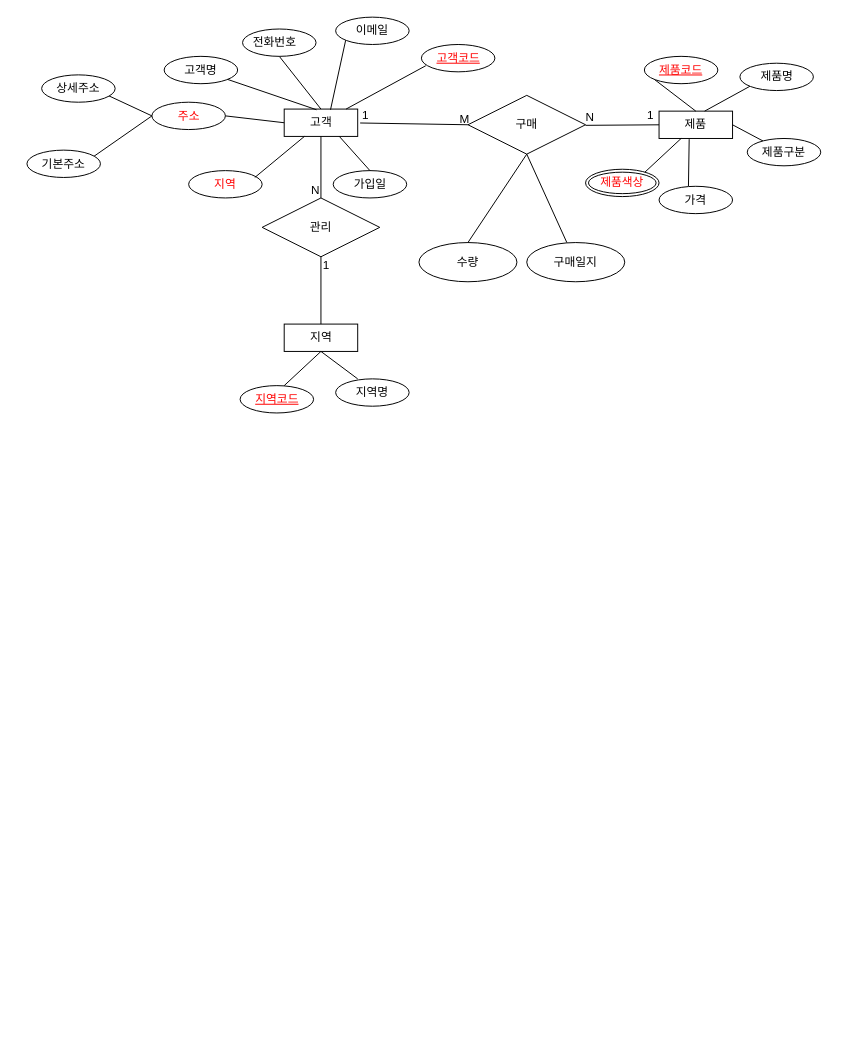
The draw.io diagram product.drawio in swnoh7/MySQL, before the edit. Source tidied: cells renumbered, new cells numbered last; positions are measured from the earlier drawing's top-left corner, leaving out a move shared by most shapes. Both pictures are drawn from the tidied source at 98%, with x=0, y=0 at pixel (26, 17).
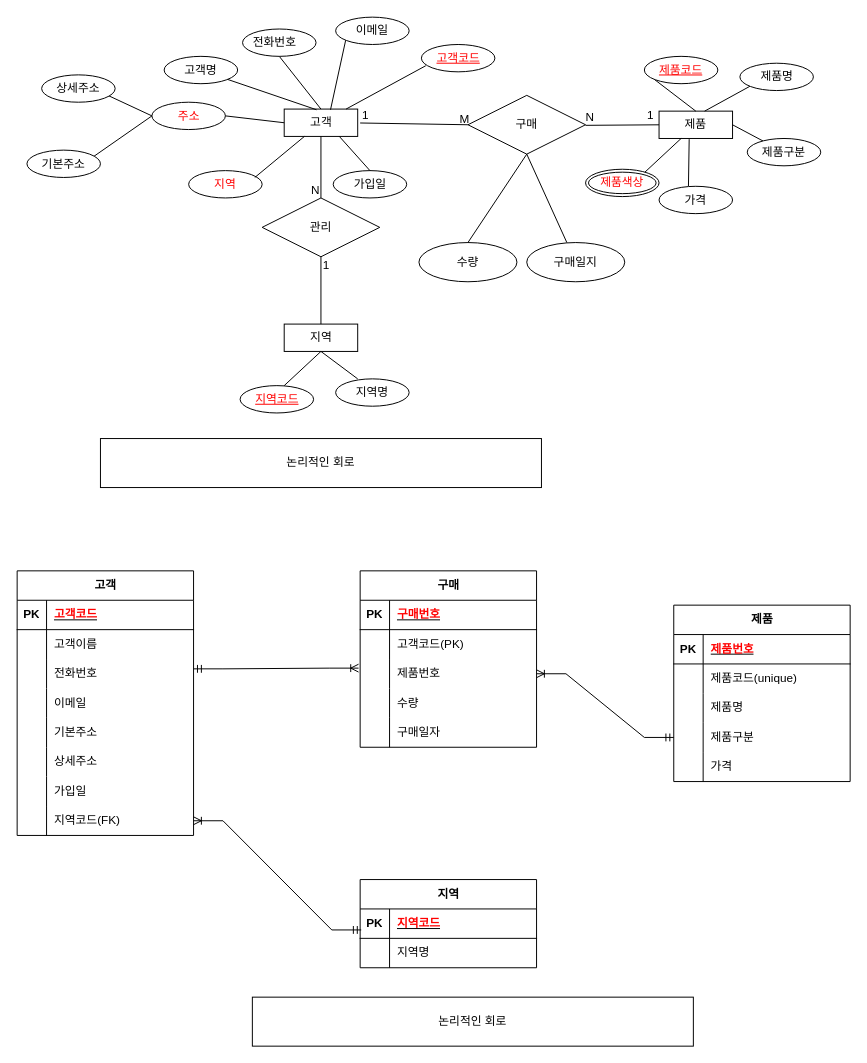
The same diagram, later.

Change to the diagram source:
```diff
@@
+    <mxCell id="53" value="고객" style="shape=table;startSize=30;childLayout=tableLayout;rowLines=0;fontStyle=1;align=center;html=1;" parent="1" vertex="1">
+      <mxGeometry x="-10" y="565" width="180" height="270" as="geometry" />
+    </mxCell>
+    <mxCell id="54" style="shape=tableRow;horizontal=0;startSize=0;swimlaneHead=0;swimlaneBody=0;fillColor=none;top=0;left=0;right=0;bottom=1;" parent="53" vertex="1">
+      <mxGeometry y="30" width="180" height="30" as="geometry" />
+    </mxCell>
+    <mxCell id="55" value="PK" style="shape=partialRectangle;fillColor=none;top=0;left=0;bottom=0;right=0;fontStyle=1;overflow=hidden;whiteSpace=wrap;html=1;" parent="54" vertex="1">
+      <mxGeometry width="30" height="30" as="geometry" />
+    </mxCell>
+    <mxCell id="56" value="&lt;font style=&quot;&quot; color=&quot;#ff0000&quot;&gt;고객코드&lt;/font&gt;" style="shape=partialRectangle;fillColor=none;top=0;left=0;bottom=0;right=0;align=left;spacingLeft=6;fontStyle=5;overflow=hidden;whiteSpace=wrap;html=1;" parent="54" vertex="1">
+      <mxGeometry x="30" width="150" height="30" as="geometry" />
+    </mxCell>
+    <mxCell id="57" style="shape=tableRow;horizontal=0;startSize=0;swimlaneHead=0;swimlaneBody=0;fillColor=none;top=0;left=0;right=0;bottom=0;" parent="53" vertex="1">
+      <mxGeometry y="60" width="180" height="30" as="geometry" />
+    </mxCell>
+    <mxCell id="58" style="shape=partialRectangle;fillColor=none;top=0;left=0;bottom=0;right=0;overflow=hidden;whiteSpace=wrap;html=1;" parent="57" vertex="1">
+      <mxGeometry width="30" height="30" as="geometry" />
+    </mxCell>
+    <mxCell id="59" value="고객이름" style="shape=partialRectangle;fillColor=none;top=0;left=0;bottom=0;right=0;align=left;spacingLeft=6;overflow=hidden;whiteSpace=wrap;html=1;" parent="57" vertex="1">
+      <mxGeometry x="30" width="150" height="30" as="geometry" />
+    </mxCell>
+    <mxCell id="60" style="shape=tableRow;horizontal=0;startSize=0;swimlaneHead=0;swimlaneBody=0;fillColor=none;top=0;left=0;right=0;bottom=0;" parent="53" vertex="1">
+      <mxGeometry y="90" width="180" height="30" as="geometry" />
+    </mxCell>
+    <mxCell id="61" style="shape=partialRectangle;fillColor=none;top=0;left=0;bottom=0;right=0;overflow=hidden;whiteSpace=wrap;html=1;" parent="60" vertex="1">
+      <mxGeometry width="30" height="30" as="geometry" />
+    </mxCell>
+    <mxCell id="62" value="전화번호" style="shape=partialRectangle;fillColor=none;top=0;left=0;bottom=0;right=0;align=left;spacingLeft=6;overflow=hidden;whiteSpace=wrap;html=1;" parent="60" vertex="1">
+      <mxGeometry x="30" width="150" height="30" as="geometry" />
+    </mxCell>
+    <mxCell id="63" style="shape=tableRow;horizontal=0;startSize=0;swimlaneHead=0;swimlaneBody=0;fillColor=none;top=0;left=0;right=0;bottom=0;" parent="53" vertex="1">
+      <mxGeometry y="120" width="180" height="30" as="geometry" />
+    </mxCell>
+    <mxCell id="64" style="shape=partialRectangle;fillColor=none;top=0;left=0;bottom=0;right=0;overflow=hidden;whiteSpace=wrap;html=1;" parent="63" vertex="1">
+      <mxGeometry width="30" height="30" as="geometry" />
+    </mxCell>
+    <mxCell id="65" value="이메일" style="shape=partialRectangle;fillColor=none;top=0;left=0;bottom=0;right=0;align=left;spacingLeft=6;overflow=hidden;whiteSpace=wrap;html=1;" parent="63" vertex="1">
+      <mxGeometry x="30" width="150" height="30" as="geometry" />
+    </mxCell>
+    <mxCell id="66" style="shape=tableRow;horizontal=0;startSize=0;swimlaneHead=0;swimlaneBody=0;fillColor=none;top=0;left=0;right=0;bottom=0;" parent="53" vertex="1">
+      <mxGeometry y="150" width="180" height="30" as="geometry" />
+    </mxCell>
+    <mxCell id="67" style="shape=partialRectangle;fillColor=none;top=0;left=0;bottom=0;right=0;overflow=hidden;whiteSpace=wrap;html=1;" parent="66" vertex="1">
+      <mxGeometry width="30" height="30" as="geometry" />
+    </mxCell>
+    <mxCell id="68" value="기본주소" style="shape=partialRectangle;fillColor=none;top=0;left=0;bottom=0;right=0;align=left;spacingLeft=6;overflow=hidden;whiteSpace=wrap;html=1;" parent="66" vertex="1">
+      <mxGeometry x="30" width="150" height="30" as="geometry" />
+    </mxCell>
+    <mxCell id="69" style="shape=tableRow;horizontal=0;startSize=0;swimlaneHead=0;swimlaneBody=0;fillColor=none;top=0;left=0;right=0;bottom=0;" parent="53" vertex="1">
+      <mxGeometry y="180" width="180" height="30" as="geometry" />
+    </mxCell>
+    <mxCell id="70" style="shape=partialRectangle;fillColor=none;top=0;left=0;bottom=0;right=0;overflow=hidden;whiteSpace=wrap;html=1;" parent="69" vertex="1">
+      <mxGeometry width="30" height="30" as="geometry" />
+    </mxCell>
+    <mxCell id="71" value="상세주소" style="shape=partialRectangle;fillColor=none;top=0;left=0;bottom=0;right=0;align=left;spacingLeft=6;overflow=hidden;whiteSpace=wrap;html=1;" parent="69" vertex="1">
+      <mxGeometry x="30" width="150" height="30" as="geometry" />
+    </mxCell>
+    <mxCell id="72" style="shape=tableRow;horizontal=0;startSize=0;swimlaneHead=0;swimlaneBody=0;fillColor=none;top=0;left=0;right=0;bottom=0;" parent="53" vertex="1">
+      <mxGeometry y="210" width="180" height="30" as="geometry" />
+    </mxCell>
+    <mxCell id="73" style="shape=partialRectangle;fillColor=none;top=0;left=0;bottom=0;right=0;overflow=hidden;whiteSpace=wrap;html=1;" parent="72" vertex="1">
+      <mxGeometry width="30" height="30" as="geometry" />
+    </mxCell>
+    <mxCell id="74" value="가입일" style="shape=partialRectangle;fillColor=none;top=0;left=0;bottom=0;right=0;align=left;spacingLeft=6;overflow=hidden;whiteSpace=wrap;html=1;" parent="72" vertex="1">
+      <mxGeometry x="30" width="150" height="30" as="geometry" />
+    </mxCell>
+    <mxCell id="75" style="shape=tableRow;horizontal=0;startSize=0;swimlaneHead=0;swimlaneBody=0;fillColor=none;points=[[0,0.5],[1,0.5]];portConstraint=eastwest;top=0;left=0;right=0;bottom=0;" parent="53" vertex="1">
+      <mxGeometry y="240" width="180" height="30" as="geometry" />
+    </mxCell>
+    <mxCell id="76" style="shape=partialRectangle;fillColor=none;top=0;left=0;bottom=0;right=0;overflow=hidden;whiteSpace=wrap;html=1;" parent="75" vertex="1">
+      <mxGeometry width="30" height="30" as="geometry" />
+    </mxCell>
+    <mxCell id="77" value="지역코드(FK)" style="shape=partialRectangle;fillColor=none;top=0;left=0;bottom=0;right=0;align=left;spacingLeft=6;overflow=hidden;whiteSpace=wrap;html=1;" parent="75" vertex="1">
+      <mxGeometry x="30" width="150" height="30" as="geometry" />
+    </mxCell>
+    <mxCell id="78" value="지역" style="shape=table;startSize=30;childLayout=tableLayout;rowLines=0;fontStyle=1;align=center;html=1;" parent="1" vertex="1">
+      <mxGeometry x="340" y="880" width="180" height="90" as="geometry" />
+    </mxCell>
+    <mxCell id="79" style="shape=tableRow;horizontal=0;startSize=0;swimlaneHead=0;swimlaneBody=0;fillColor=none;points=[[0,0.5],[1,0.5]];portConstraint=eastwest;top=0;left=0;right=0;bottom=1;" parent="78" vertex="1">
+      <mxGeometry y="30" width="180" height="30" as="geometry" />
+    </mxCell>
+    <mxCell id="80" value="PK" style="shape=partialRectangle;fillColor=none;top=0;left=0;bottom=0;right=0;fontStyle=1;overflow=hidden;whiteSpace=wrap;html=1;" parent="79" vertex="1">
+      <mxGeometry width="30" height="30" as="geometry" />
+    </mxCell>
+    <mxCell id="81" value="&lt;font color=&quot;#ff0000&quot;&gt;지역코드&lt;/font&gt;" style="shape=partialRectangle;fillColor=none;top=0;left=0;bottom=0;right=0;align=left;spacingLeft=6;fontStyle=5;overflow=hidden;whiteSpace=wrap;html=1;" parent="79" vertex="1">
+      <mxGeometry x="30" width="150" height="30" as="geometry" />
+    </mxCell>
+    <mxCell id="82" style="shape=tableRow;horizontal=0;startSize=0;swimlaneHead=0;swimlaneBody=0;fillColor=none;top=0;left=0;right=0;bottom=0;" parent="78" vertex="1">
+      <mxGeometry y="60" width="180" height="30" as="geometry" />
+    </mxCell>
+    <mxCell id="83" style="shape=partialRectangle;fillColor=none;top=0;left=0;bottom=0;right=0;overflow=hidden;whiteSpace=wrap;html=1;" parent="82" vertex="1">
+      <mxGeometry width="30" height="30" as="geometry" />
+    </mxCell>
+    <mxCell id="84" value="지역명" style="shape=partialRectangle;fillColor=none;top=0;left=0;bottom=0;right=0;align=left;spacingLeft=6;overflow=hidden;whiteSpace=wrap;html=1;" parent="82" vertex="1">
+      <mxGeometry x="30" width="150" height="30" as="geometry" />
+    </mxCell>
+    <mxCell id="85" value="제품" style="shape=table;startSize=30;childLayout=tableLayout;rowLines=0;fontStyle=1;align=center;html=1;" parent="1" vertex="1">
+      <mxGeometry x="660" y="600" width="180" height="180" as="geometry" />
+    </mxCell>
+    <mxCell id="86" style="shape=tableRow;horizontal=0;startSize=0;swimlaneHead=0;swimlaneBody=0;fillColor=none;top=0;left=0;right=0;bottom=1;" parent="85" vertex="1">
+      <mxGeometry y="30" width="180" height="30" as="geometry" />
+    </mxCell>
+    <mxCell id="87" value="PK" style="shape=partialRectangle;fillColor=none;top=0;left=0;bottom=0;right=0;fontStyle=1;overflow=hidden;whiteSpace=wrap;html=1;" parent="86" vertex="1">
+      <mxGeometry width="30" height="30" as="geometry" />
+    </mxCell>
+    <mxCell id="88" value="&lt;font color=&quot;#ff0000&quot;&gt;제품번호&lt;/font&gt;" style="shape=partialRectangle;fillColor=none;top=0;left=0;bottom=0;right=0;align=left;spacingLeft=6;fontStyle=5;overflow=hidden;whiteSpace=wrap;html=1;" parent="86" vertex="1">
+      <mxGeometry x="30" width="150" height="30" as="geometry" />
+    </mxCell>
+    <mxCell id="89" style="shape=tableRow;horizontal=0;startSize=0;swimlaneHead=0;swimlaneBody=0;fillColor=none;top=0;left=0;right=0;bottom=0;" parent="85" vertex="1">
+      <mxGeometry y="60" width="180" height="30" as="geometry" />
+    </mxCell>
+    <mxCell id="90" style="shape=partialRectangle;fillColor=none;top=0;left=0;bottom=0;right=0;overflow=hidden;whiteSpace=wrap;html=1;" parent="89" vertex="1">
+      <mxGeometry width="30" height="30" as="geometry" />
+    </mxCell>
+    <mxCell id="91" value="제품코드(unique)" style="shape=partialRectangle;fillColor=none;top=0;left=0;bottom=0;right=0;align=left;spacingLeft=6;overflow=hidden;whiteSpace=wrap;html=1;" parent="89" vertex="1">
+      <mxGeometry x="30" width="150" height="30" as="geometry" />
+    </mxCell>
+    <mxCell id="92" style="shape=tableRow;horizontal=0;startSize=0;swimlaneHead=0;swimlaneBody=0;fillColor=none;top=0;left=0;right=0;bottom=0;" parent="85" vertex="1">
+      <mxGeometry y="90" width="180" height="30" as="geometry" />
+    </mxCell>
+    <mxCell id="93" style="shape=partialRectangle;fillColor=none;top=0;left=0;bottom=0;right=0;overflow=hidden;whiteSpace=wrap;html=1;" parent="92" vertex="1">
+      <mxGeometry width="30" height="30" as="geometry" />
+    </mxCell>
+    <mxCell id="94" value="제품명" style="shape=partialRectangle;fillColor=none;top=0;left=0;bottom=0;right=0;align=left;spacingLeft=6;overflow=hidden;whiteSpace=wrap;html=1;" parent="92" vertex="1">
+      <mxGeometry x="30" width="150" height="30" as="geometry" />
+    </mxCell>
+    <mxCell id="95" style="shape=tableRow;horizontal=0;startSize=0;swimlaneHead=0;swimlaneBody=0;fillColor=none;points=[[0,0.5],[1,0.5]];portConstraint=eastwest;top=0;left=0;right=0;bottom=0;" parent="85" vertex="1">
+      <mxGeometry y="120" width="180" height="30" as="geometry" />
+    </mxCell>
+    <mxCell id="96" style="shape=partialRectangle;fillColor=none;top=0;left=0;bottom=0;right=0;overflow=hidden;whiteSpace=wrap;html=1;" parent="95" vertex="1">
+      <mxGeometry width="30" height="30" as="geometry" />
+    </mxCell>
+    <mxCell id="97" value="제품구분" style="shape=partialRectangle;fillColor=none;top=0;left=0;bottom=0;right=0;align=left;spacingLeft=6;overflow=hidden;whiteSpace=wrap;html=1;" parent="95" vertex="1">
+      <mxGeometry x="30" width="150" height="30" as="geometry" />
+    </mxCell>
+    <mxCell id="98" style="shape=tableRow;horizontal=0;startSize=0;swimlaneHead=0;swimlaneBody=0;fillColor=none;top=0;left=0;right=0;bottom=0;" parent="85" vertex="1">
+      <mxGeometry y="150" width="180" height="30" as="geometry" />
+    </mxCell>
+    <mxCell id="99" style="shape=partialRectangle;fillColor=none;top=0;left=0;bottom=0;right=0;overflow=hidden;whiteSpace=wrap;html=1;" parent="98" vertex="1">
+      <mxGeometry width="30" height="30" as="geometry" />
+    </mxCell>
+    <mxCell id="100" value="가격" style="shape=partialRectangle;fillColor=none;top=0;left=0;bottom=0;right=0;align=left;spacingLeft=6;overflow=hidden;whiteSpace=wrap;html=1;" parent="98" vertex="1">
+      <mxGeometry x="30" width="150" height="30" as="geometry" />
+    </mxCell>
+    <mxCell id="101" value="구매" style="shape=table;startSize=30;childLayout=tableLayout;rowLines=0;fontStyle=1;align=center;html=1;" parent="1" vertex="1">
+      <mxGeometry x="340" y="565" width="180" height="180" as="geometry" />
+    </mxCell>
+    <mxCell id="102" style="shape=tableRow;horizontal=0;startSize=0;swimlaneHead=0;swimlaneBody=0;fillColor=none;top=0;left=0;right=0;bottom=1;" parent="101" vertex="1">
+      <mxGeometry y="30" width="180" height="30" as="geometry" />
+    </mxCell>
+    <mxCell id="103" value="PK" style="shape=partialRectangle;fillColor=none;top=0;left=0;bottom=0;right=0;fontStyle=1;overflow=hidden;whiteSpace=wrap;html=1;" parent="102" vertex="1">
+      <mxGeometry width="30" height="30" as="geometry" />
+    </mxCell>
+    <mxCell id="104" value="&lt;font color=&quot;#ff0000&quot;&gt;구매번호&lt;/font&gt;" style="shape=partialRectangle;fillColor=none;top=0;left=0;bottom=0;right=0;align=left;spacingLeft=6;fontStyle=5;overflow=hidden;whiteSpace=wrap;html=1;" parent="102" vertex="1">
+      <mxGeometry x="30" width="150" height="30" as="geometry" />
+    </mxCell>
+    <mxCell id="105" style="shape=tableRow;horizontal=0;startSize=0;swimlaneHead=0;swimlaneBody=0;fillColor=none;top=0;left=0;right=0;bottom=0;" parent="101" vertex="1">
+      <mxGeometry y="60" width="180" height="30" as="geometry" />
+    </mxCell>
+    <mxCell id="106" style="shape=partialRectangle;fillColor=none;top=0;left=0;bottom=0;right=0;overflow=hidden;whiteSpace=wrap;html=1;" parent="105" vertex="1">
+      <mxGeometry width="30" height="30" as="geometry" />
+    </mxCell>
+    <mxCell id="107" value="고객코드(PK)" style="shape=partialRectangle;fillColor=none;top=0;left=0;bottom=0;right=0;align=left;spacingLeft=6;overflow=hidden;whiteSpace=wrap;html=1;" parent="105" vertex="1">
+      <mxGeometry x="30" width="150" height="30" as="geometry" />
+    </mxCell>
+    <mxCell id="108" style="shape=tableRow;horizontal=0;startSize=0;swimlaneHead=0;swimlaneBody=0;fillColor=none;points=[[0,0.5],[1,0.5]];portConstraint=eastwest;top=0;left=0;right=0;bottom=0;" parent="101" vertex="1">
+      <mxGeometry y="90" width="180" height="30" as="geometry" />
+    </mxCell>
+    <mxCell id="109" style="shape=partialRectangle;fillColor=none;top=0;left=0;bottom=0;right=0;overflow=hidden;whiteSpace=wrap;html=1;" parent="108" vertex="1">
+      <mxGeometry width="30" height="30" as="geometry" />
+    </mxCell>
+    <mxCell id="110" value="제품번호" style="shape=partialRectangle;fillColor=none;top=0;left=0;bottom=0;right=0;align=left;spacingLeft=6;overflow=hidden;whiteSpace=wrap;html=1;" parent="108" vertex="1">
+      <mxGeometry x="30" width="150" height="30" as="geometry" />
+    </mxCell>
+    <mxCell id="111" style="shape=tableRow;horizontal=0;startSize=0;swimlaneHead=0;swimlaneBody=0;fillColor=none;top=0;left=0;right=0;bottom=0;" parent="101" vertex="1">
+      <mxGeometry y="120" width="180" height="30" as="geometry" />
+    </mxCell>
+    <mxCell id="112" style="shape=partialRectangle;fillColor=none;top=0;left=0;bottom=0;right=0;overflow=hidden;whiteSpace=wrap;html=1;" parent="111" vertex="1">
+      <mxGeometry width="30" height="30" as="geometry" />
+    </mxCell>
+    <mxCell id="113" value="수량" style="shape=partialRectangle;fillColor=none;top=0;left=0;bottom=0;right=0;align=left;spacingLeft=6;overflow=hidden;whiteSpace=wrap;html=1;" parent="111" vertex="1">
+      <mxGeometry x="30" width="150" height="30" as="geometry" />
+    </mxCell>
+    <mxCell id="114" style="shape=tableRow;horizontal=0;startSize=0;swimlaneHead=0;swimlaneBody=0;fillColor=none;top=0;left=0;right=0;bottom=0;" parent="101" vertex="1">
+      <mxGeometry y="150" width="180" height="30" as="geometry" />
+    </mxCell>
+    <mxCell id="115" style="shape=partialRectangle;fillColor=none;top=0;left=0;bottom=0;right=0;overflow=hidden;whiteSpace=wrap;html=1;" parent="114" vertex="1">
+      <mxGeometry width="30" height="30" as="geometry" />
+    </mxCell>
+    <mxCell id="116" value="구매일자" style="shape=partialRectangle;fillColor=none;top=0;left=0;bottom=0;right=0;align=left;spacingLeft=6;overflow=hidden;whiteSpace=wrap;html=1;" parent="114" vertex="1">
+      <mxGeometry x="30" width="150" height="30" as="geometry" />
+    </mxCell>
+    <mxCell id="117" style="edgeStyle=entityRelationEdgeStyle;fontSize=12;html=1;endArrow=ERoneToMany;startArrow=ERmandOne;rounded=0;exitX=0.006;exitY=0.714;exitDx=0;exitDy=0;exitPerimeter=0;" parent="1" edge="1" source="79" target="75">
+      <mxGeometry relative="1" as="geometry" />
+    </mxCell>
+    <mxCell id="118" style="edgeStyle=entityRelationEdgeStyle;fontSize=12;html=1;endArrow=ERoneToMany;startArrow=ERmandOne;rounded=0;entryX=1;entryY=0.5;entryDx=0;entryDy=0;exitX=0;exitY=0.5;exitDx=0;exitDy=0;" parent="1" edge="1" source="95" target="108">
+      <mxGeometry relative="1" as="geometry">
+        <Array as="points">
+          <mxPoint x="618" y="965" />
+          <mxPoint x="599" y="825" />
+          <mxPoint x="559" y="880" />
+        </Array>
+      </mxGeometry>
+    </mxCell>
+    <mxCell id="119" style="edgeStyle=entityRelationEdgeStyle;fontSize=12;html=1;endArrow=ERoneToMany;startArrow=ERmandOne;rounded=0;entryX=-0.009;entryY=0.309;entryDx=0;entryDy=0;entryPerimeter=0;exitX=1;exitY=0.5;exitDx=0;exitDy=0;" parent="1" edge="1" target="108">
+      <mxGeometry relative="1" as="geometry">
+        <mxPoint x="170" y="665" as="sourcePoint" />
+        <Array as="points">
+          <mxPoint x="250" y="685" />
+        </Array>
+      </mxGeometry>
+    </mxCell>
+    <mxCell id="120" value="논리적인 회로" style="html=1;whiteSpace=wrap;" parent="1" vertex="1">
+      <mxGeometry x="230" y="1000" width="450" height="50" as="geometry" />
+    </mxCell>
+    <mxCell id="121" value="논리적인 회로" style="html=1;whiteSpace=wrap;" parent="1" vertex="1">
+      <mxGeometry x="75" y="430" width="450" height="50" as="geometry" />
+    </mxCell>
```
